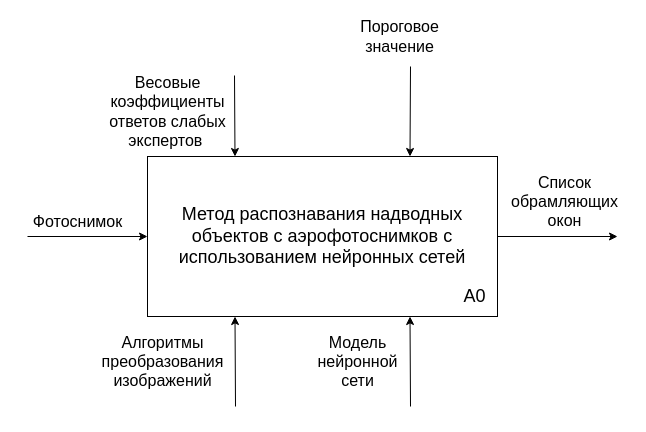
Above: page "method" (12 of 20) of docs/drawio/research-schemas.drawio in migregal/bmstu-iu7-thesis (draw.io), before the change. Source tidied: cells renumbered, new cells numbered last; positions are measured from the earlier drawing's top-left corner, leaving out a move shared by most shapes. Both pictures are drawn from the tidied source at 100%, with x=0, y=0 at pixel (17, 66).
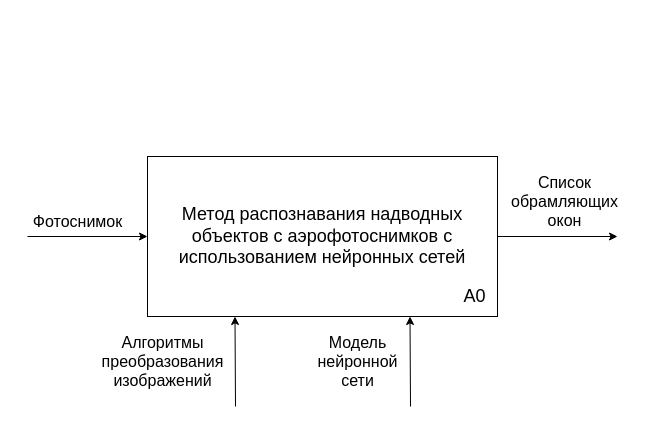
The same diagram, later.

The change refers to these unchanged cells:
```xml
<mxCell id="2" value="&lt;font style=&quot;font-size: 18px;&quot;&gt;Метод распознавания надводных&lt;br&gt;объектов с аэрофотоснимков с&lt;br&gt;использованием нейронных сетей&lt;/font&gt;" style="rounded=0;whiteSpace=wrap;html=1;" parent="1" vertex="1">
  <mxGeometry x="130" y="90" width="350" height="160" as="geometry" />
</mxCell>
```

What changed in the source:
```diff
@@
-    <mxCell id="6" style="endArrow=classic;html=1;rounded=0;entryX=0.25;entryY=0;entryDx=0;entryDy=0;" parent="1" edge="1" target="2">
-      <mxGeometry relative="1" as="geometry">
-        <mxPoint x="217" y="9" as="sourcePoint" />
-      </mxGeometry>
-    </mxCell>
-    <mxCell id="7" value="Весовые&lt;br&gt;коэффициенты&lt;br&gt;ответов слабых&lt;br&gt;экспертов&amp;nbsp;" style="edgeLabel;html=1;align=center;verticalAlign=middle;fontSize=16;labelBackgroundColor=none;" parent="6" vertex="1">
-      <mxGeometry x="-0.27" y="3" relative="1" as="geometry">
-        <mxPoint x="-71" y="6" as="offset" />
-      </mxGeometry>
-    </mxCell>
@@
-    <mxCell id="14" style="endArrow=classic;html=1;rounded=0;entryX=0.75;entryY=0;entryDx=0;entryDy=0;" parent="1" edge="1" target="2">
-      <mxGeometry relative="1" as="geometry">
-        <mxPoint x="393" as="sourcePoint" />
-      </mxGeometry>
-    </mxCell>
-    <mxCell id="15" value="Пороговое&lt;br&gt;значение" style="edgeLabel;html=1;align=center;verticalAlign=middle;fontSize=16;labelBackgroundColor=none;" parent="14" vertex="1">
-      <mxGeometry x="-0.27" y="3" relative="1" as="geometry">
-        <mxPoint x="-14" y="-64" as="offset" />
-      </mxGeometry>
-    </mxCell>
```
